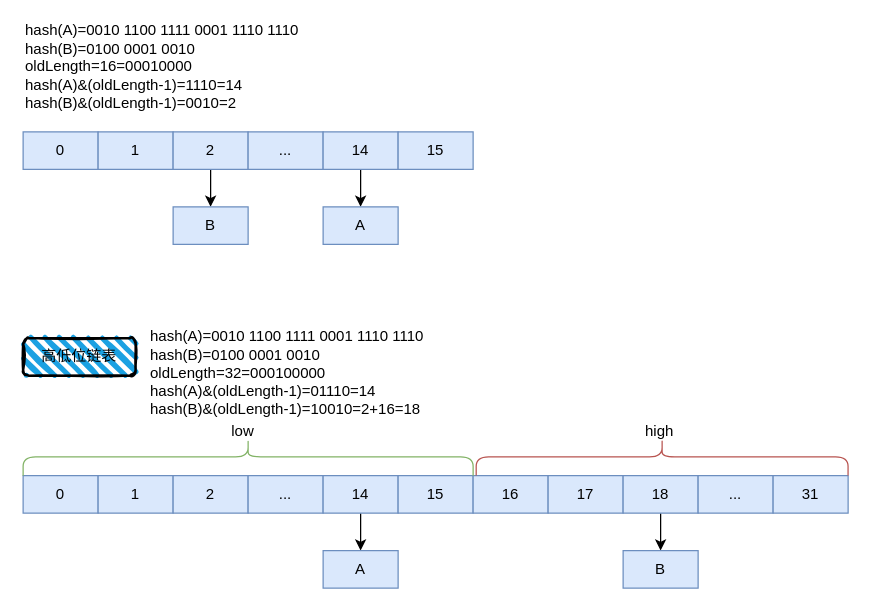
The draw.io diagram HashMap引入高低位链表.drawio in lyflexi/draw.io-online, before the edit. Source tidied: cells renumbered, new cells numbered last; positions are measured from the earlier drawing's top-left corner, leaving out a move shared by most shapes. Both pictures are drawn from the tidied source at 125%, with x=0, y=0 at pixel (22, 56).
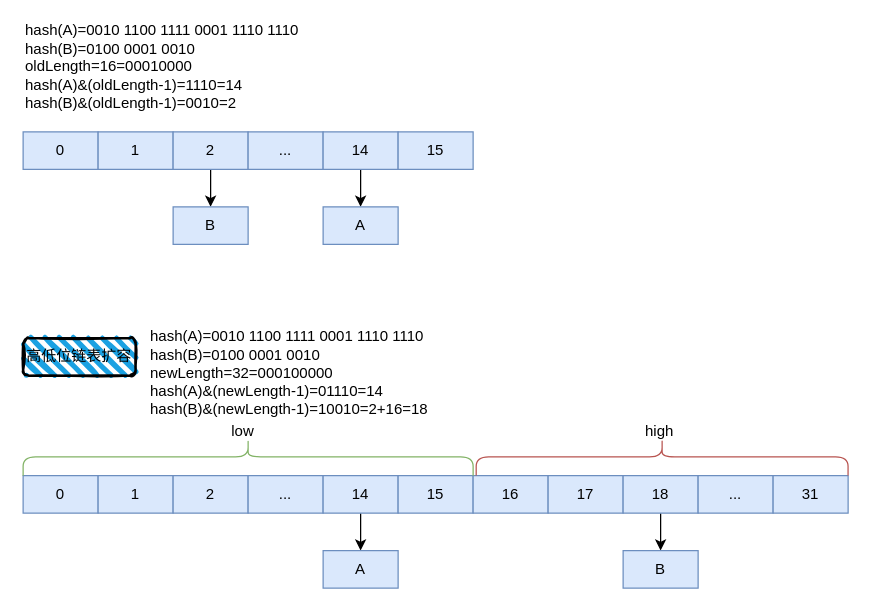
The same diagram, later.

Commit message:
更新HashMap引入高低位链表.drawio

The edit, as a diff of the source:
```diff
@@
-    <mxCell id="8" value="高低位链表" style="rounded=1;whiteSpace=wrap;html=1;strokeWidth=2;fillWeight=4;hachureGap=8;hachureAngle=45;fillColor=#1ba1e2;sketch=1;" parent="1" vertex="1">
+    <mxCell id="8" value="高低位链表扩容" style="rounded=1;whiteSpace=wrap;html=1;strokeWidth=2;fillWeight=4;hachureGap=8;hachureAngle=45;fillColor=#1ba1e2;sketch=1;" parent="1" vertex="1">
       <mxGeometry y="225" width="90" height="30" as="geometry" />
     </mxCell>
@@
-    <mxCell id="29" value="hash(A)=0010 1100 1111 0001 1110 1110&lt;br&gt;&lt;span class=&quot;lark-record-clipboard&quot; data-lark-record-data=&quot;{&amp;quot;rootId&amp;quot;:&amp;quot;Y223dMbC8odBP5xUrH3c6lRVnVh&amp;quot;,&amp;quot;text&amp;quot;:{&amp;quot;initialAttributedTexts&amp;quot;:{&amp;quot;text&amp;quot;:{&amp;quot;0&amp;quot;:&amp;quot;0010 1100 1111 0001 1110 1110&amp;quot;},&amp;quot;attribs&amp;quot;:{&amp;quot;0&amp;quot;:&amp;quot;*0+t&amp;quot;}},&amp;quot;apool&amp;quot;:{&amp;quot;numToAttrib&amp;quot;:{&amp;quot;0&amp;quot;:[&amp;quot;author&amp;quot;,&amp;quot;7121550569587802115&amp;quot;]},&amp;quot;nextNum&amp;quot;:1}},&amp;quot;type&amp;quot;:&amp;quot;text&amp;quot;,&amp;quot;referenceRecordMap&amp;quot;:{},&amp;quot;extra&amp;quot;:{&amp;quot;mention_page_title&amp;quot;:{},&amp;quot;external_mention_url&amp;quot;:{}},&amp;quot;isKeepQuoteContainer&amp;quot;:false,&amp;quot;isFromCode&amp;quot;:false,&amp;quot;selection&amp;quot;:[{&amp;quot;id&amp;quot;:229,&amp;quot;type&amp;quot;:&amp;quot;text&amp;quot;,&amp;quot;selection&amp;quot;:{&amp;quot;start&amp;quot;:13,&amp;quot;end&amp;quot;:42},&amp;quot;recordId&amp;quot;:&amp;quot;IN1YdTeqBob8PHxOIo6cEVPVnLn&amp;quot;}],&amp;quot;payloadMap&amp;quot;:{},&amp;quot;isCut&amp;quot;:false}&quot;&gt;hash(B)=0100 0001 0010&lt;br&gt;oldLength=32=000100000&lt;br style=&quot;border-color: var(--border-color);&quot;&gt;&lt;div&gt;&lt;div class=&quot;old-record-id-MfLGdqeAFol0cdx5uXkcTbtengd&quot;&gt;hash(A)&amp;amp;(oldLength-1)=01110=14&lt;/div&gt;&lt;div class=&quot;old-record-id-MfLGdqeAFol0cdx5uXkcTbtengd&quot;&gt;&lt;div style=&quot;border-color: var(--border-color);&quot;&gt;&lt;div style=&quot;border-color: var(--border-color);&quot; class=&quot;old-record-id-MfLGdqeAFol0cdx5uXkcTbtengd&quot;&gt;hash(B)&amp;amp;(oldLength-1)=10010=2+16=18&lt;/div&gt;&lt;div&gt;&lt;br&gt;&lt;/div&gt;&lt;/div&gt;&lt;/div&gt;&lt;/div&gt;&lt;span class=&quot;lark-record-clipboard&quot; data-lark-record-data=&quot;{&amp;quot;rootId&amp;quot;:&amp;quot;Y223dMbC8odBP5xUrH3c6lRVnVh&amp;quot;,&amp;quot;text&amp;quot;:{&amp;quot;initialAttributedTexts&amp;quot;:{&amp;quot;text&amp;quot;:{&amp;quot;0&amp;quot;:&amp;quot;0100 0001 0010&amp;quot;},&amp;quot;attribs&amp;quot;:{&amp;quot;0&amp;quot;:&amp;quot;*0+e&amp;quot;}},&amp;quot;apool&amp;quot;:{&amp;quot;numToAttrib&amp;quot;:{&amp;quot;0&amp;quot;:[&amp;quot;author&amp;quot;,&amp;quot;7121550569587802115&amp;quot;]},&amp;quot;nextNum&amp;quot;:1}},&amp;quot;type&amp;quot;:&amp;quot;text&amp;quot;,&amp;quot;referenceRecordMap&amp;quot;:{},&amp;quot;extra&amp;quot;:{&amp;quot;mention_page_title&amp;quot;:{},&amp;quot;external_mention_url&amp;quot;:{}},&amp;quot;isKeepQuoteContainer&amp;quot;:false,&amp;quot;isFromCode&amp;quot;:false,&amp;quot;selection&amp;quot;:[{&amp;quot;id&amp;quot;:218,&amp;quot;type&amp;quot;:&amp;quot;text&amp;quot;,&amp;quot;selection&amp;quot;:{&amp;quot;start&amp;quot;:8,&amp;quot;end&amp;quot;:22},&amp;quot;recordId&amp;quot;:&amp;quot;BmqHdPnKqoqBXzxYA9KcRn11nDb&amp;quot;}],&amp;quot;payloadMap&amp;quot;:{},&amp;quot;isCut&amp;quot;:false}&quot;&gt;&lt;/span&gt;&lt;/span&gt;" style="text;html=1;strokeColor=none;fillColor=none;align=left;verticalAlign=middle;whiteSpace=wrap;rounded=0;" parent="1" vertex="1">
+    <mxCell id="29" value="hash(A)=0010 1100 1111 0001 1110 1110&lt;br&gt;&lt;span class=&quot;lark-record-clipboard&quot; data-lark-record-data=&quot;{&amp;quot;rootId&amp;quot;:&amp;quot;Y223dMbC8odBP5xUrH3c6lRVnVh&amp;quot;,&amp;quot;text&amp;quot;:{&amp;quot;initialAttributedTexts&amp;quot;:{&amp;quot;text&amp;quot;:{&amp;quot;0&amp;quot;:&amp;quot;0010 1100 1111 0001 1110 1110&amp;quot;},&amp;quot;attribs&amp;quot;:{&amp;quot;0&amp;quot;:&amp;quot;*0+t&amp;quot;}},&amp;quot;apool&amp;quot;:{&amp;quot;numToAttrib&amp;quot;:{&amp;quot;0&amp;quot;:[&amp;quot;author&amp;quot;,&amp;quot;7121550569587802115&amp;quot;]},&amp;quot;nextNum&amp;quot;:1}},&amp;quot;type&amp;quot;:&amp;quot;text&amp;quot;,&amp;quot;referenceRecordMap&amp;quot;:{},&amp;quot;extra&amp;quot;:{&amp;quot;mention_page_title&amp;quot;:{},&amp;quot;external_mention_url&amp;quot;:{}},&amp;quot;isKeepQuoteContainer&amp;quot;:false,&amp;quot;isFromCode&amp;quot;:false,&amp;quot;selection&amp;quot;:[{&amp;quot;id&amp;quot;:229,&amp;quot;type&amp;quot;:&amp;quot;text&amp;quot;,&amp;quot;selection&amp;quot;:{&amp;quot;start&amp;quot;:13,&amp;quot;end&amp;quot;:42},&amp;quot;recordId&amp;quot;:&amp;quot;IN1YdTeqBob8PHxOIo6cEVPVnLn&amp;quot;}],&amp;quot;payloadMap&amp;quot;:{},&amp;quot;isCut&amp;quot;:false}&quot;&gt;hash(B)=0100 0001 0010&lt;br&gt;newLength=32=000100000&lt;br style=&quot;border-color: var(--border-color);&quot;&gt;&lt;div&gt;&lt;div class=&quot;old-record-id-MfLGdqeAFol0cdx5uXkcTbtengd&quot;&gt;hash(A)&amp;amp;(newLength-1)=01110=14&lt;/div&gt;&lt;div class=&quot;old-record-id-MfLGdqeAFol0cdx5uXkcTbtengd&quot;&gt;&lt;div style=&quot;border-color: var(--border-color);&quot;&gt;&lt;div style=&quot;border-color: var(--border-color);&quot; class=&quot;old-record-id-MfLGdqeAFol0cdx5uXkcTbtengd&quot;&gt;hash(B)&amp;amp;(newLength-1)=10010=2+16=18&lt;/div&gt;&lt;div&gt;&lt;br&gt;&lt;/div&gt;&lt;/div&gt;&lt;/div&gt;&lt;/div&gt;&lt;span class=&quot;lark-record-clipboard&quot; data-lark-record-data=&quot;{&amp;quot;rootId&amp;quot;:&amp;quot;Y223dMbC8odBP5xUrH3c6lRVnVh&amp;quot;,&amp;quot;text&amp;quot;:{&amp;quot;initialAttributedTexts&amp;quot;:{&amp;quot;text&amp;quot;:{&amp;quot;0&amp;quot;:&amp;quot;0100 0001 0010&amp;quot;},&amp;quot;attribs&amp;quot;:{&amp;quot;0&amp;quot;:&amp;quot;*0+e&amp;quot;}},&amp;quot;apool&amp;quot;:{&amp;quot;numToAttrib&amp;quot;:{&amp;quot;0&amp;quot;:[&amp;quot;author&amp;quot;,&amp;quot;7121550569587802115&amp;quot;]},&amp;quot;nextNum&amp;quot;:1}},&amp;quot;type&amp;quot;:&amp;quot;text&amp;quot;,&amp;quot;referenceRecordMap&amp;quot;:{},&amp;quot;extra&amp;quot;:{&amp;quot;mention_page_title&amp;quot;:{},&amp;quot;external_mention_url&amp;quot;:{}},&amp;quot;isKeepQuoteContainer&amp;quot;:false,&amp;quot;isFromCode&amp;quot;:false,&amp;quot;selection&amp;quot;:[{&amp;quot;id&amp;quot;:218,&amp;quot;type&amp;quot;:&amp;quot;text&amp;quot;,&amp;quot;selection&amp;quot;:{&amp;quot;start&amp;quot;:8,&amp;quot;end&amp;quot;:22},&amp;quot;recordId&amp;quot;:&amp;quot;BmqHdPnKqoqBXzxYA9KcRn11nDb&amp;quot;}],&amp;quot;payloadMap&amp;quot;:{},&amp;quot;isCut&amp;quot;:false}&quot;&gt;&lt;/span&gt;&lt;/span&gt;" style="text;html=1;strokeColor=none;fillColor=none;align=left;verticalAlign=middle;whiteSpace=wrap;rounded=0;" parent="1" vertex="1">
       <mxGeometry x="100" y="245" width="300" height="30" as="geometry" />
     </mxCell>
```
